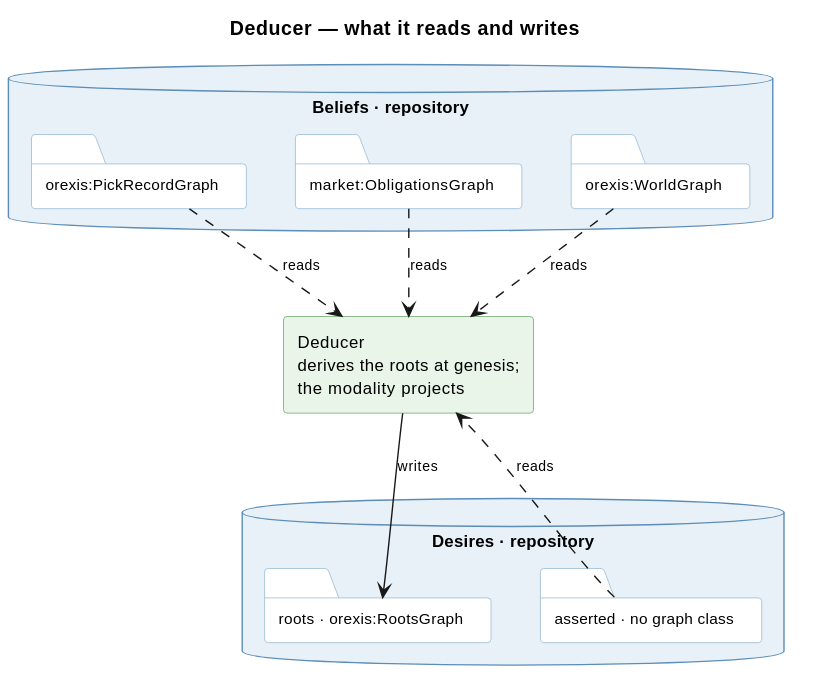
Above: knowledge/diagrams/service-deducer.svg in ShishkinDmitriy/orexis (PlantUML), before the change.
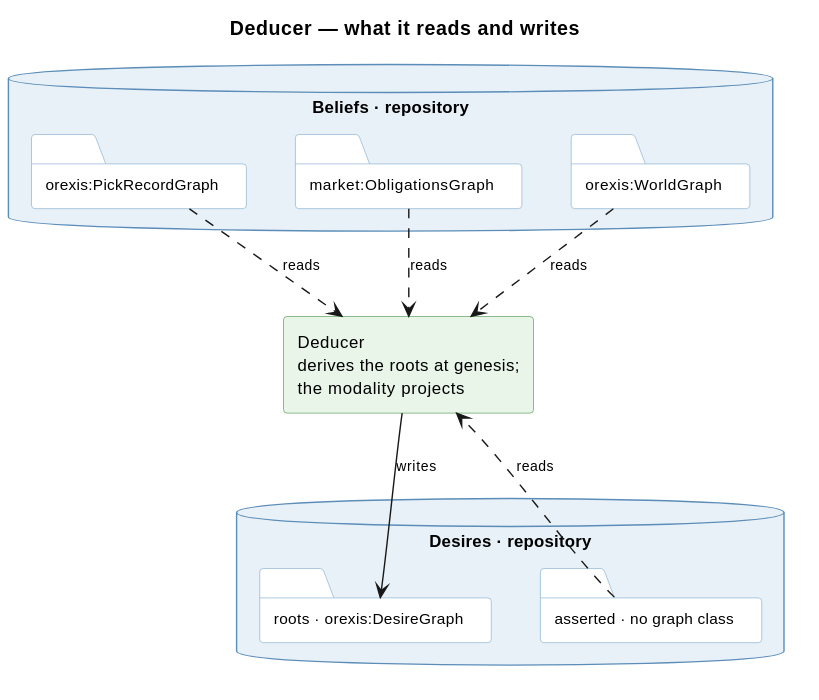
Later version of the same file.

The edit, as a diff of the source:
```diff
@@ -29,7 +29,7 @@
 
 database "Desires · repository" as DES {
   folder "asserted · no graph class" as DA
-  folder "roots · orexis:RootsGraph" as DD
+  folder "roots · orexis:DesireGraph" as DD
 }
 
 component "Deducer\nderives the roots at genesis;\nthe modality projects" as DB
```
